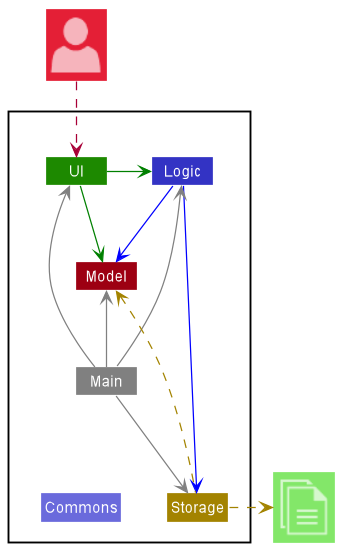
nus-cs2103-AY2223S2/tp keeps this PlantUML diagram as docs/images/ArchitectureDiagram.png. Above is the earlier version.
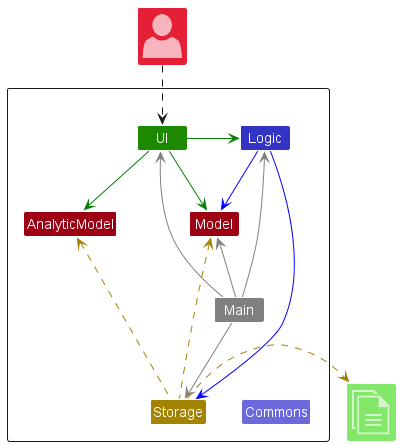
The same file after the commit.

What changed in the source:
```diff
@@ -9,6 +9,7 @@
     Class Logic LOGIC_COLOR
     Class Storage STORAGE_COLOR
     Class Model MODEL_COLOR
+    Class AnalyticModel MODEL_COLOR
     Class Main #grey
     Class Commons LOGIC_COLOR_T2
 }
@@ -19,6 +20,7 @@
 
 UI -[#green]> Logic
 UI -right[#green]-> Model
+UI -right[#green]-> AnalyticModel
 Logic -[#blue]-> Storage
 Logic -down[#blue]-> Model
 Main -[#grey]-> UI
@@ -28,6 +30,7 @@
 Main -down[hidden]-> Commons
 
 Storage -up[STORAGE_COLOR].> Model
+Storage -up[STORAGE_COLOR].-> AnalyticModel
 Storage .right[STORAGE_COLOR].>File
 User ..> UI
 @enduml
```
